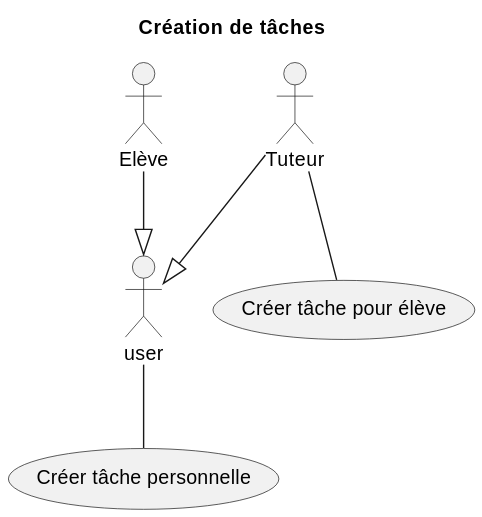
Before: docs/diagrams/tasks/task_creation.svg, a diagram exported from PlantUML (KMBCL/P3_specifications). Source of this version:
```plantuml
@startuml
title Création de tâches

!include /specifications/docs/diagrams/actors/actors.puml

student --|> user
tutor --|> user

usecase "Créer tâche pour élève" as create_task_for_student
usecase "Créer tâche personnelle" as create_personal_task


tutor -- create_task_for_student
user -- create_personal_task
@enduml
```
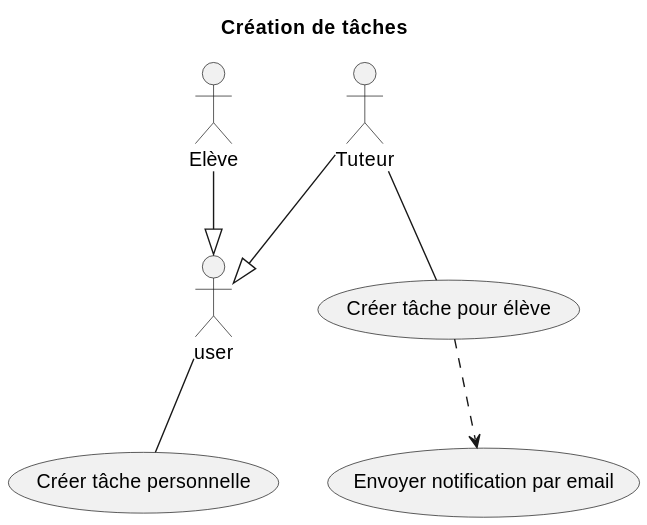
After the commit.

Change to the diagram source:
```diff
@@ -1,15 +1,18 @@
 @startuml
 title Création de tâches
 
-!include /specifications/docs/diagrams/actors/actors.puml
+!include /specifications/docs/diagrams/actors/common.puml
 
 student --|> user
 tutor --|> user
 
 usecase "Créer tâche pour élève" as create_task_for_student
 usecase "Créer tâche personnelle" as create_personal_task
+usecase "Envoyer notification par email" as send_email_notification
+
+tutor -- create_task_for_student
+create_task_for_student ..> send_email_notification
 
 
-tutor -- create_task_for_student
 user -- create_personal_task
 @enduml
```
